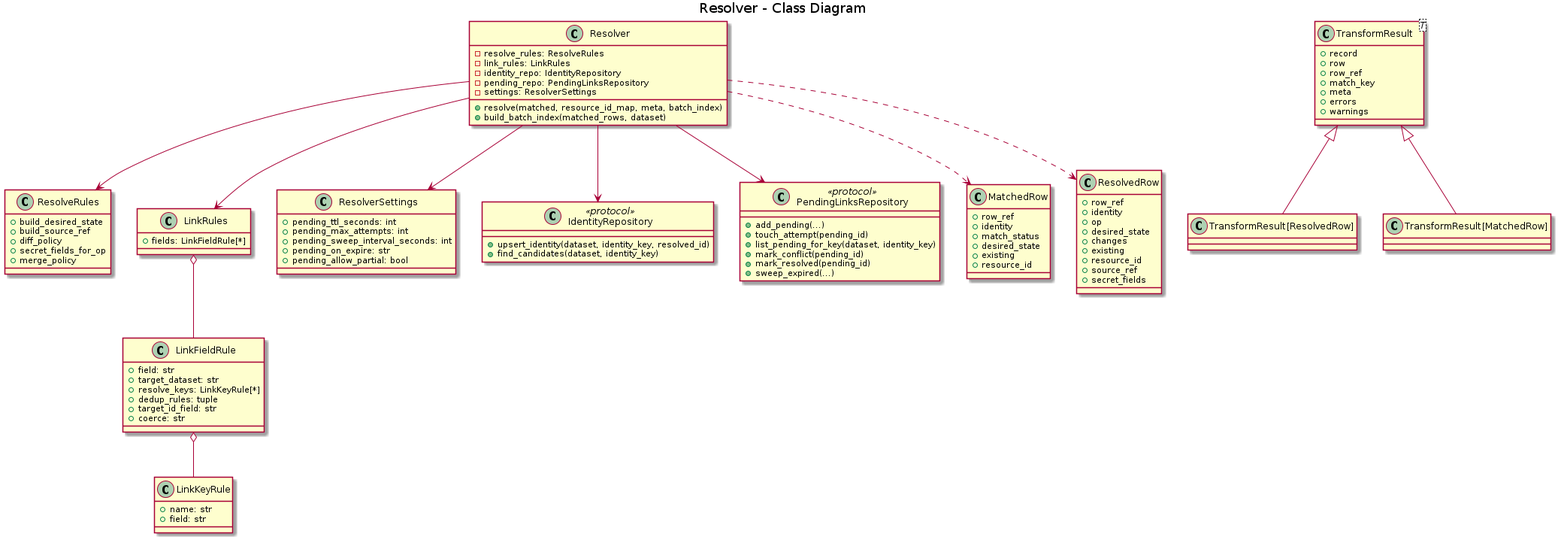
Before: docs/uml/transform/resolver/resolver_class.png, a diagram exported from PlantUML (xORex-LC/nexus-etl). Its source is kept beside it as docs/uml/transform/resolver/resolver_class.puml. Its diagram source:
```plantuml
@startuml
title Resolver - Class Diagram

class Resolver {
  - resolve_rules: ResolveRules
  - link_rules: LinkRules
  - identity_repo: IdentityRepository
  - pending_repo: PendingLinksRepository
  - settings: ResolverSettings
  + resolve(matched, resource_id_map, meta, batch_index)
  + build_batch_index(matched_rows, dataset)
}

class ResolveRules {
  + build_desired_state
  + build_source_ref
  + diff_policy
  + secret_fields_for_op
  + merge_policy
}

class LinkRules {
  + fields: LinkFieldRule[*]
}

class LinkFieldRule {
  + field: str
  + target_dataset: str
  + resolve_keys: LinkKeyRule[*]
  + dedup_rules: tuple
  + target_id_field: str
  + coerce: str
}

class LinkKeyRule {
  + name: str
  + field: str
}

class ResolverSettings {
  + pending_ttl_seconds: int
  + pending_max_attempts: int
  + pending_sweep_interval_seconds: int
  + pending_on_expire: str
  + pending_allow_partial: bool
  + pending_retention_days: int
}

class IdentityRepository <<protocol>> {
  + upsert_identity(dataset, identity_key, resolved_id)
  + find_candidates(dataset, identity_key)
}

class PendingLinksRepository <<protocol>> {
  + add_pending(...)
  + touch_attempt(pending_id)
  + list_pending_for_key(dataset, identity_key)
  + list_pending_rows(dataset)
  + mark_conflict(pending_id)
  + mark_expired(pending_id)
  + mark_resolved(pending_id)
  + mark_resolved_for_source(source_row_id)
  + sweep_expired(...)
  + purge_stale(cutoff, statuses)
}

class MatchedRow {
  + row_ref
  + identity
  + match_status
  + desired_state
  + existing
  + fingerprint
  + fingerprint_fields
  + source_links
  + resource_id
}

class ResolvedRow {
  + row_ref
  + identity
  + op
  + desired_state
  + changes
  + existing
  + resource_id
  + source_ref
  + secret_fields
}

class TransformResult<T> {
  + record
  + row
  + row_ref
  + match_key
  + meta
  + errors
  + warnings
}

Resolver --> ResolveRules
Resolver --> LinkRules
Resolver --> IdentityRepository
Resolver --> PendingLinksRepository
Resolver --> ResolverSettings
Resolver ..> MatchedRow
Resolver ..> ResolvedRow
TransformResult <|-- "TransformResult[ResolvedRow]"
TransformResult <|-- "TransformResult[MatchedRow]"
LinkRules o-- LinkFieldRule
LinkFieldRule o-- LinkKeyRule

@enduml
```
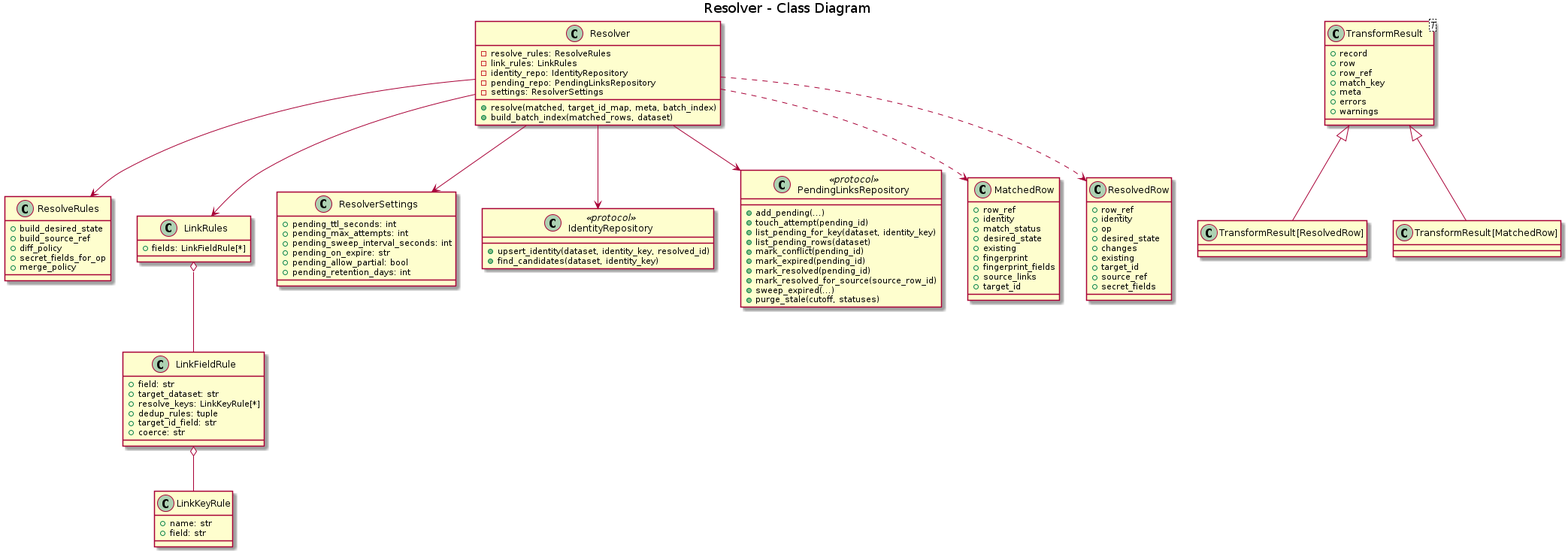
Later version of the same file.

The edit, as a diff of the source:
```diff
@@ -7,7 +7,7 @@
   - identity_repo: IdentityRepository
   - pending_repo: PendingLinksRepository
   - settings: ResolverSettings
-  + resolve(matched, resource_id_map, meta, batch_index)
+  + resolve(matched, target_id_map, meta, batch_index)
   + build_batch_index(matched_rows, dataset)
 }
 
@@ -73,7 +73,7 @@
   + fingerprint
   + fingerprint_fields
   + source_links
-  + resource_id
+  + target_id
 }
 
 class ResolvedRow {
@@ -83,7 +83,7 @@
   + desired_state
   + changes
   + existing
-  + resource_id
+  + target_id
   + source_ref
   + secret_fields
 }
```
